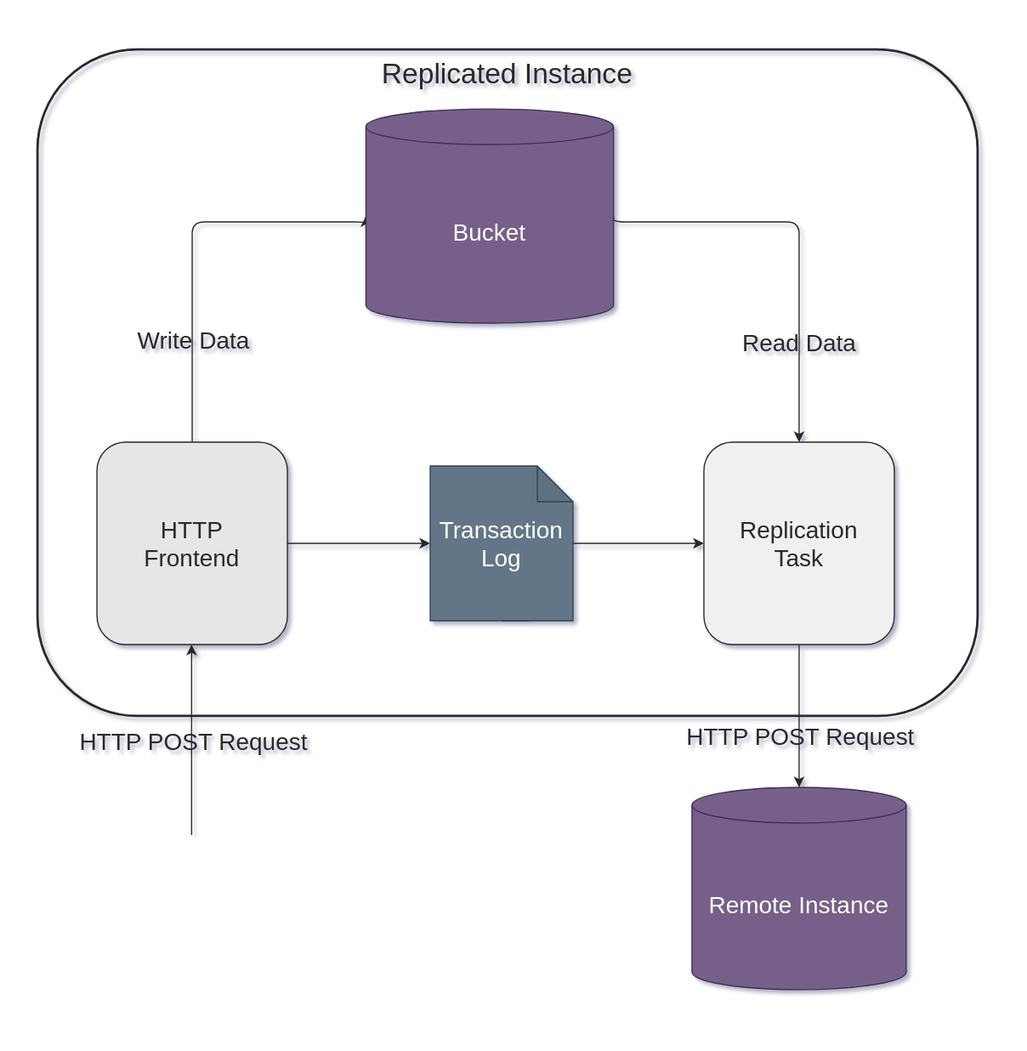
The draw.io diagram docs/guides/img/data_replication_diagram.svg in reductstore/website, before a commit. Source tidied: cells renumbered, new cells last; positions are measured from the earlier drawing's top-left corner, leaving out a move shared by most shapes.
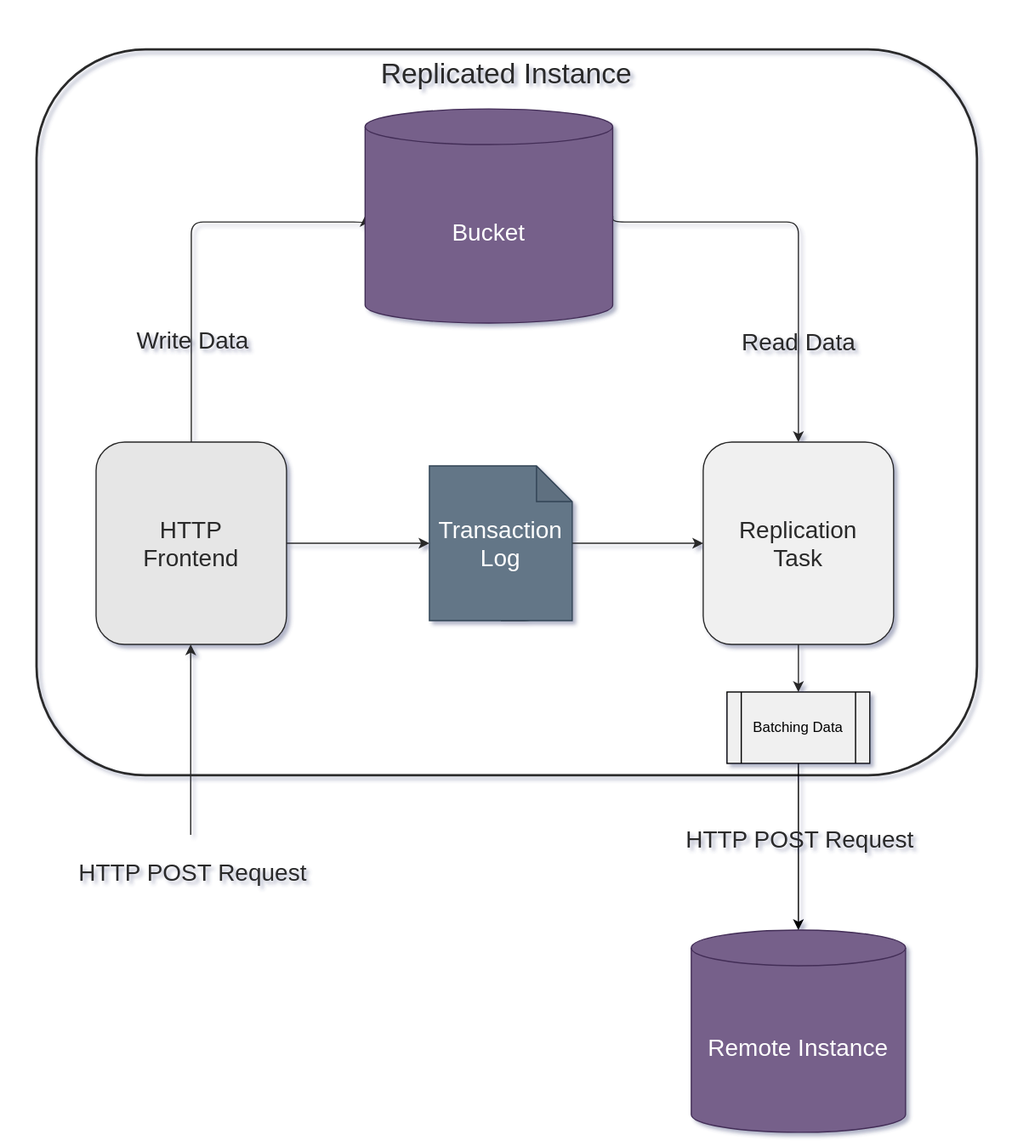
Above is the later version.

Commit message:
add info about batching and replication creation

Change to the diagram source:
```diff
@@ -6,7 +6,7 @@
       <mxGeometry width="850" height="870" as="geometry" />
     </mxCell>
     <mxCell id="3" value="Replicated Instance" style="rounded=1;whiteSpace=wrap;html=1;labelBackgroundColor=none;strokeColor=#292929;fontColor=#292929;fillColor=none;strokeWidth=2;align=center;fontSize=24;verticalAlign=top;spacingLeft=0;" parent="1" vertex="1">
-      <mxGeometry x="30" y="40" width="790" height="560" as="geometry" />
+      <mxGeometry x="30" y="40" width="790" height="610" as="geometry" />
     </mxCell>
     <mxCell id="4" value="Read Data" style="edgeStyle=orthogonalEdgeStyle;rounded=1;jettySize=auto;html=1;fontSize=20;startArrow=classic;startFill=1;endArrow=none;endFill=0;entryX=1;entryY=0.5;entryDx=0;entryDy=0;entryPerimeter=0;strokeColor=#292929;fontColor=#292929;labelBackgroundColor=none;" parent="1" edge="1" source="6" target="16">
       <mxGeometry x="-0.51" relative="1" as="geometry">
@@ -46,22 +46,19 @@
     </mxCell>
     <mxCell id="11" value="HTTP POST Request" style="edgeLabel;html=1;align=center;verticalAlign=middle;fontSize=20;fontColor=#292929;labelBackgroundColor=none;rounded=1;" parent="10" vertex="1">
       <mxGeometry x="-0.69" y="-1" relative="1" as="geometry">
-        <mxPoint y="-55" as="offset" />
+        <mxPoint y="55" as="offset" />
       </mxGeometry>
     </mxCell>
     <mxCell id="12" style="edgeStyle=orthogonalEdgeStyle;rounded=1;jettySize=auto;html=1;fontSize=20;startArrow=classic;startFill=1;endArrow=none;endFill=0;exitX=0;exitY=0.5;exitDx=0;exitDy=0;exitPerimeter=0;strokeColor=#292929;" parent="1" edge="1" source="18" target="7">
       <mxGeometry relative="1" as="geometry" />
     </mxCell>
-    <mxCell id="13" style="edgeStyle=orthogonalEdgeStyle;rounded=1;jettySize=auto;html=1;entryX=0.5;entryY=1;entryDx=0;entryDy=0;fontSize=20;startArrow=classic;startFill=1;endArrow=none;endFill=0;strokeColor=#292929;" parent="1" edge="1" source="15" target="6">
-      <mxGeometry relative="1" as="geometry" />
+    <mxCell id="13" style="edgeStyle=orthogonalEdgeStyle;rounded=1;jettySize=auto;html=1;entryX=0.5;entryY=1;entryDx=0;entryDy=0;fontSize=20;startArrow=classic;startFill=1;endArrow=none;endFill=0;strokeColor=#292929;" parent="1" edge="1" target="6">
+      <mxGeometry relative="1" as="geometry">
+        <mxPoint x="670" y="580" as="sourcePoint" />
+      </mxGeometry>
     </mxCell>
-    <mxCell id="14" value="HTTP POST Request" style="edgeLabel;html=1;align=center;verticalAlign=middle;fontSize=20;fontColor=#292929;labelBackgroundColor=none;rounded=1;" parent="13" vertex="1">
-      <mxGeometry x="0.22" relative="1" as="geometry">
-        <mxPoint y="29" as="offset" />
-      </mxGeometry>
-    </mxCell>
     <mxCell id="15" value="&lt;font&gt;Remote Instance&lt;/font&gt;" style="shape=cylinder3;whiteSpace=wrap;html=1;boundedLbl=1;backgroundOutline=1;size=15;labelBackgroundColor=none;fontSize=20;fillColor=#76608a;strokeColor=#432D57;rounded=1;fontColor=#FFFFFF;" parent="1" vertex="1">
-      <mxGeometry x="580" y="660" width="180" height="170" as="geometry" />
+      <mxGeometry x="580" y="780" width="180" height="170" as="geometry" />
     </mxCell>
     <mxCell id="16" value="Bucket" style="shape=cylinder3;whiteSpace=wrap;html=1;boundedLbl=1;backgroundOutline=1;size=15;labelBackgroundColor=none;fontSize=20;fillColor=#76608a;strokeColor=#432D57;rounded=1;fontColor=#ffffff;" parent="1" vertex="1">
       <mxGeometry x="306" y="90" width="208" height="180" as="geometry" />
@@ -74,5 +71,14 @@
     <mxCell id="18" value="Transaction&lt;br&gt;Log" style="shape=note;whiteSpace=wrap;html=1;backgroundOutline=1;darkOpacity=0.05;labelBackgroundColor=none;fontSize=20;fillColor=#647687;fontColor=#ffffff;strokeColor=#314354;rounded=1;" parent="1" vertex="1">
       <mxGeometry x="360" y="390" width="120" height="130" as="geometry" />
     </mxCell>
+    <mxCell id="19" style="edgeStyle=orthogonalEdgeStyle;rounded=0;jettySize=auto;html=1;strokeColor=#000000;" parent="1" edge="1" source="20" target="15">
+      <mxGeometry relative="1" as="geometry" />
+    </mxCell>
+    <mxCell id="14" value="&lt;span style=&quot;color: rgb(41, 41, 41); font-size: 20px;&quot;&gt;HTTP POST Request&lt;/span&gt;" style="edgeLabel;html=1;align=center;verticalAlign=middle;labelBackgroundColor=none;" parent="19" vertex="1">
+      <mxGeometry x="-0.11" relative="1" as="geometry" />
+    </mxCell>
+    <mxCell id="20" value="&lt;font color=&quot;#000000&quot;&gt;Batching Data&lt;/font&gt;" style="shape=process;whiteSpace=wrap;html=1;backgroundOutline=1;fillColor=#F0F0F0;strokeColor=#000000;" parent="1" vertex="1">
+      <mxGeometry x="610" y="580" width="120" height="60" as="geometry" />
+    </mxCell>
   </root>
 </mxGraphModel>
```
